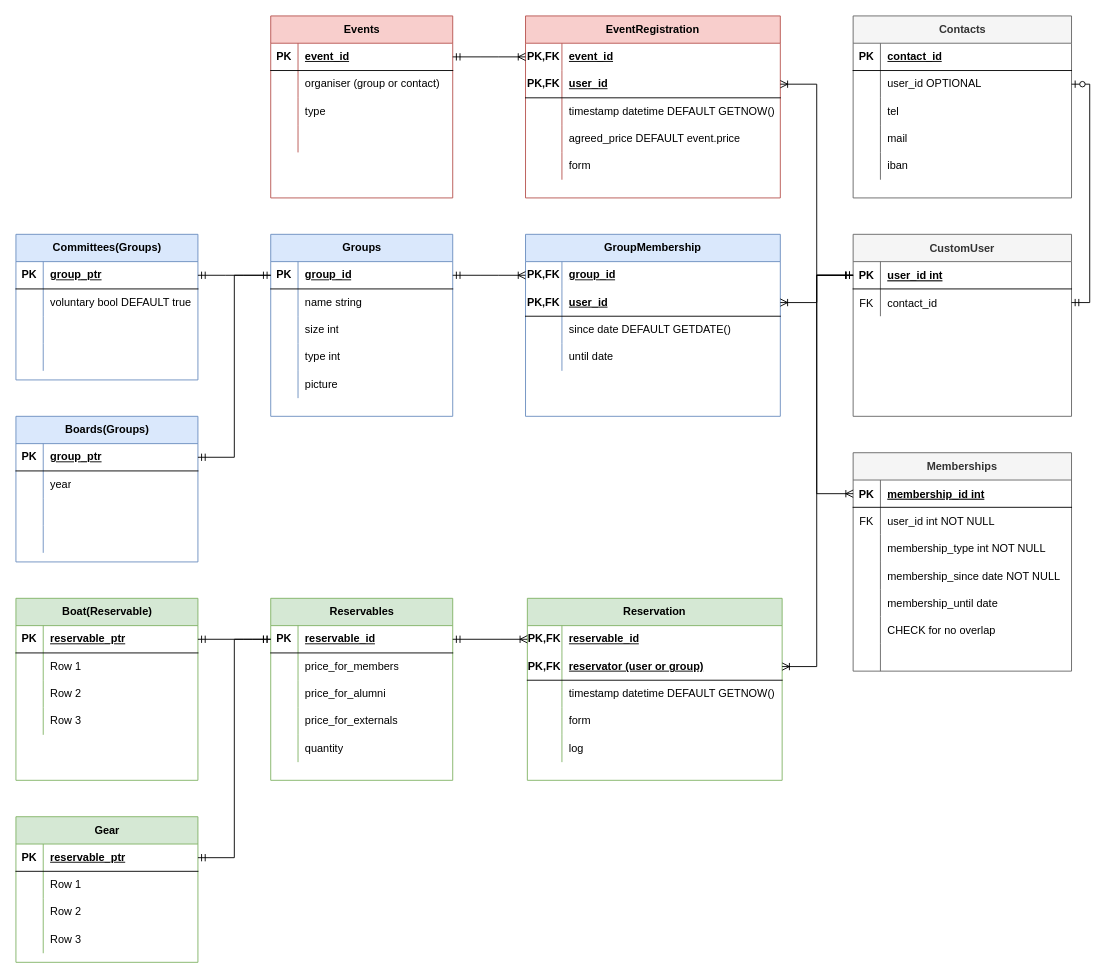
Earlier version of the draw.io diagram docs/Untitled Diagram.drawio (SypTitan/loefsys). Source tidied: cells renumbered, new cells numbered last; positions are measured from the earlier drawing's top-left corner, leaving out a move shared by most shapes. Both pictures are drawn from the tidied source at 91%, with x=0, y=0 at pixel (15, 15).
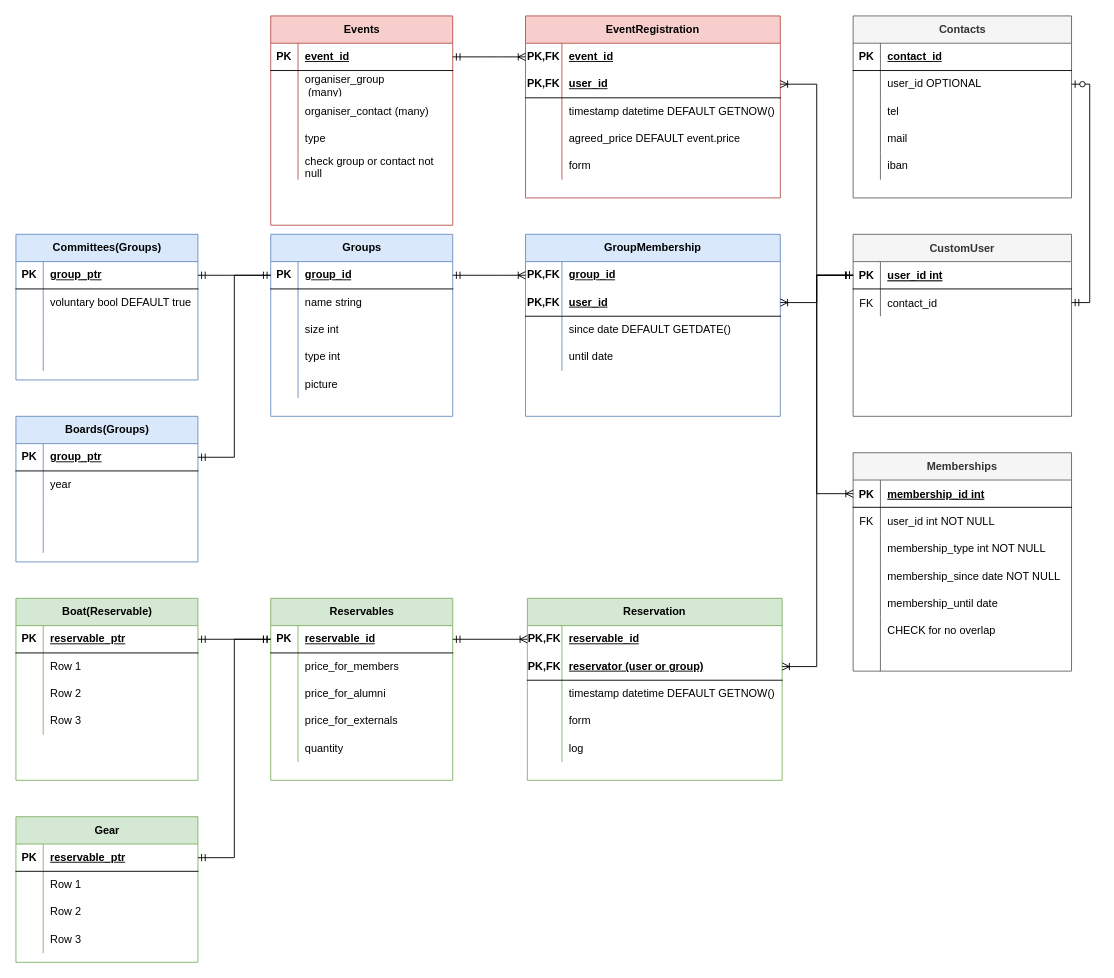
After the change.

Commit message:
solve multi type issue

The change refers to these unchanged cells:
```xml
<mxCell id="111" style="shape=tableRow;horizontal=0;startSize=0;swimlaneHead=0;swimlaneBody=0;fillColor=none;top=0;left=0;right=0;bottom=0;" parent="107" vertex="1">
  <mxGeometry y="60" width="200" height="30" as="geometry" />
</mxCell>
<mxCell id="114" style="shape=tableRow;horizontal=0;startSize=0;swimlaneHead=0;swimlaneBody=0;fillColor=none;top=0;left=0;right=0;bottom=0;" parent="107" vertex="1">
  <mxGeometry y="90" width="200" height="30" as="geometry" />
</mxCell>
<mxCell id="117" style="shape=tableRow;horizontal=0;startSize=0;swimlaneHead=0;swimlaneBody=0;fillColor=none;top=0;left=0;right=0;bottom=0;" parent="107" vertex="1">
  <mxGeometry y="120" width="200" height="30" as="geometry" />
</mxCell>
```

The edit, as a diff of the source:
```diff
@@
     <mxCell id="107" value="Events" style="shape=table;startSize=30;childLayout=tableLayout;rowLines=0;fontStyle=1;align=center;html=1;fillColor=#f8cecc;strokeColor=#b85450;" parent="1" vertex="1">
-      <mxGeometry x="280" width="200" height="200" as="geometry" />
+      <mxGeometry x="280" width="200" height="230" as="geometry" />
     </mxCell>
@@
-    <mxCell id="113" value="organiser (group or contact)" style="shape=partialRectangle;fillColor=none;top=0;left=0;bottom=0;right=0;align=left;spacingLeft=6;overflow=hidden;whiteSpace=wrap;html=1;" parent="111" vertex="1">
+    <mxCell id="113" value="&lt;div&gt;organiser_group&lt;/div&gt;&amp;nbsp;(many)" style="shape=partialRectangle;fillColor=none;top=0;left=0;bottom=0;right=0;align=left;spacingLeft=6;overflow=hidden;whiteSpace=wrap;html=1;" parent="111" vertex="1">
       <mxGeometry x="30" width="170" height="30" as="geometry" />
     </mxCell>
@@
-    <mxCell id="116" value="type" style="shape=partialRectangle;fillColor=none;top=0;left=0;bottom=0;right=0;align=left;spacingLeft=6;overflow=hidden;whiteSpace=wrap;html=1;" parent="114" vertex="1">
+    <mxCell id="116" value="organiser_contact (many)" style="shape=partialRectangle;fillColor=none;top=0;left=0;bottom=0;right=0;align=left;spacingLeft=6;overflow=hidden;whiteSpace=wrap;html=1;" parent="114" vertex="1">
       <mxGeometry x="30" width="170" height="30" as="geometry" />
     </mxCell>
@@
-    <mxCell id="119" style="shape=partialRectangle;fillColor=none;top=0;left=0;bottom=0;right=0;align=left;spacingLeft=6;overflow=hidden;whiteSpace=wrap;html=1;" parent="117" vertex="1">
+    <mxCell id="119" value="type" style="shape=partialRectangle;fillColor=none;top=0;left=0;bottom=0;right=0;align=left;spacingLeft=6;overflow=hidden;whiteSpace=wrap;html=1;" parent="117" vertex="1">
       <mxGeometry x="30" width="170" height="30" as="geometry" />
     </mxCell>
+    <mxCell id="201" style="shape=tableRow;horizontal=0;startSize=0;swimlaneHead=0;swimlaneBody=0;fillColor=none;top=0;left=0;right=0;bottom=0;" parent="107" vertex="1">
+      <mxGeometry y="150" width="200" height="30" as="geometry" />
+    </mxCell>
+    <mxCell id="202" style="shape=partialRectangle;fillColor=none;top=0;left=0;bottom=0;right=0;overflow=hidden;whiteSpace=wrap;html=1;" parent="201" vertex="1">
+      <mxGeometry width="30" height="30" as="geometry" />
+    </mxCell>
+    <mxCell id="203" value="check group or contact not null" style="shape=partialRectangle;fillColor=none;top=0;left=0;bottom=0;right=0;align=left;spacingLeft=6;overflow=hidden;whiteSpace=wrap;html=1;" parent="201" vertex="1">
+      <mxGeometry x="30" width="170" height="30" as="geometry" />
+    </mxCell>
```
